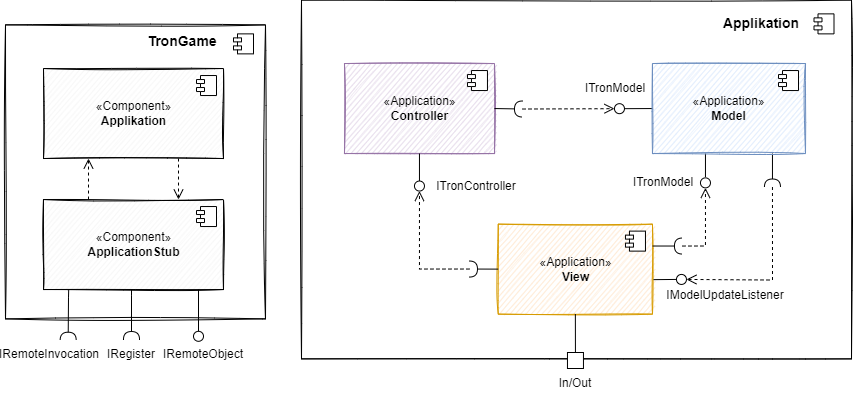
Above: Dokumentation/App/diagrams/baustein/bs_layer1.png in sckoenig/Distributed-Tron (draw.io), before the change. Source tidied: cells renumbered, new cells last; positions are measured from the earlier drawing's top-left corner, leaving out a move shared by most shapes.
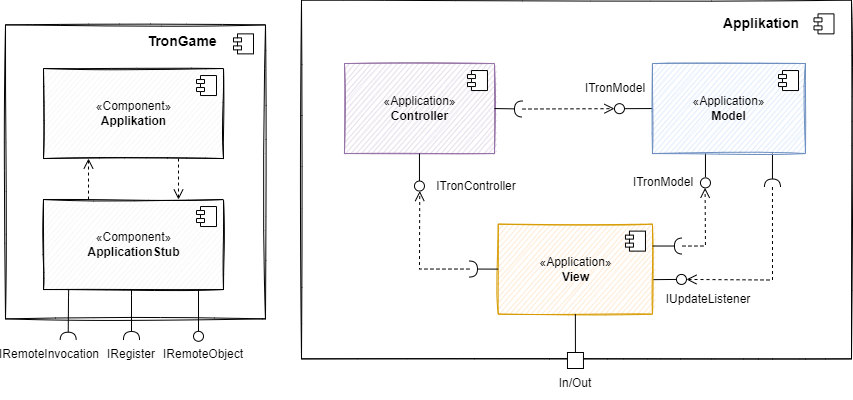
The same diagram one commit later.

Commit message:
clean up start

Diff of the diagram source:
```diff
@@ -188,8 +188,8 @@
     <mxCell id="46" style="ellipse;whiteSpace=wrap;html=1;align=center;points=[];outlineConnect=0;sketch=0;" parent="1" vertex="1">
       <mxGeometry x="695" y="177.4" width="10" height="10" as="geometry" />
     </mxCell>
-    <mxCell id="47" value="IModelUpdateListener" style="text;html=1;strokeColor=none;fillColor=none;align=center;verticalAlign=middle;whiteSpace=wrap;rounded=0;" parent="1" vertex="1">
-      <mxGeometry x="689.8" y="279.5" width="60" height="30" as="geometry" />
+    <mxCell id="47" value="IUpdateListener" style="text;html=1;strokeColor=none;fillColor=none;align=center;verticalAlign=middle;whiteSpace=wrap;rounded=0;" parent="1" vertex="1">
+      <mxGeometry x="673.2" y="283.6" width="60" height="30" as="geometry" />
     </mxCell>
     <mxCell id="48" value="«Application»&lt;br&gt;&lt;b&gt;Model&lt;/b&gt;" style="html=1;fillColor=#dae8fc;strokeColor=#6c8ebf;sketch=1;" parent="1" vertex="1">
       <mxGeometry x="647" y="63" width="153" height="90" as="geometry" />
```
